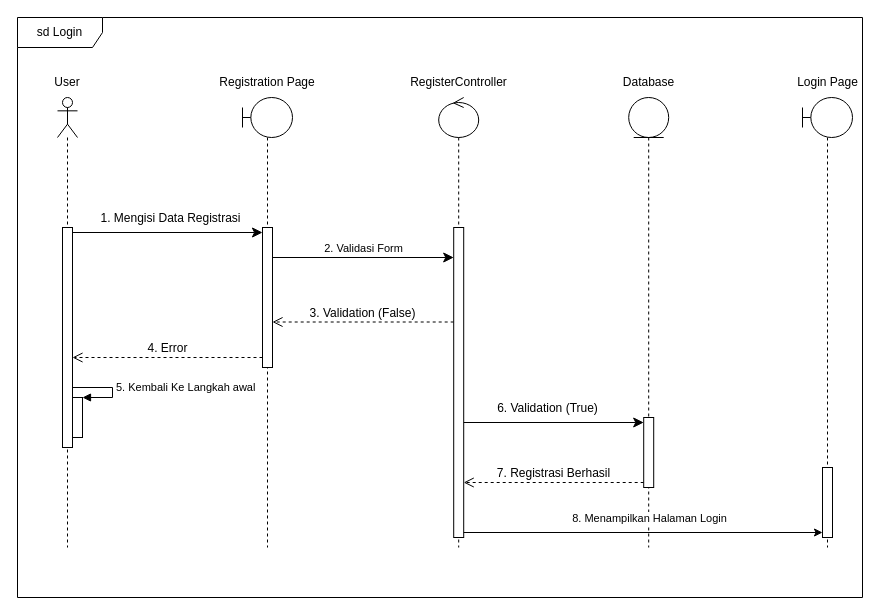
Earlier version of the draw.io diagram page "Page-2" (2 of 2) of sed.drawio (AldoGunawan/kp-tapung). Source tidied: cells renumbered, new cells numbered last; positions are measured from the earlier drawing's top-left corner, leaving out a move shared by most shapes. Both pictures are drawn from the tidied source at 100%, with x=0, y=0 at pixel (17, 17).
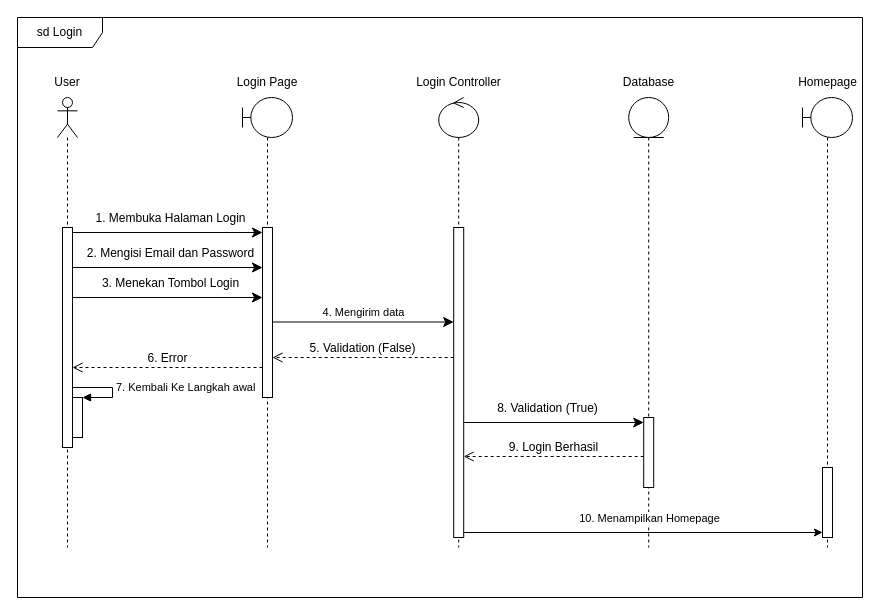
The same page after the edit.

Unchanged cells that the change refers to:
```xml
<mxCell id="4" style="edgeStyle=none;curved=0;rounded=0;jettySize=auto;html=1;exitX=1;exitY=0;exitDx=0;exitDy=5;exitPerimeter=0;fontSize=12;startSize=8;endSize=8;" parent="1" edge="1" source="6" target="8">
  <mxGeometry relative="1" as="geometry" />
</mxCell>
<mxCell id="7" style="shape=umlLifeline;perimeter=lifelinePerimeter;whiteSpace=wrap;html=1;newEdgeStyle={&quot;curved&quot;:0,&quot;rounded&quot;:0};participant=umlBoundary;" parent="1" vertex="1">
  <mxGeometry x="225" y="80" width="50" height="450" as="geometry" />
</mxCell>
<mxCell id="14" style="edgeStyle=none;curved=0;rounded=0;jettySize=auto;html=1;fontSize=12;startSize=8;endSize=8;entryX=0;entryY=0;entryDx=0;entryDy=5;entryPerimeter=0;" parent="1" edge="1" source="20" target="23">
  <mxGeometry relative="1" as="geometry" />
</mxCell>
<mxCell id="21" style="html=1;points=[[0,0,0,0,5],[0,1,0,0,-5],[1,0,0,0,5],[1,1,0,0,-5]];perimeter=orthogonalPerimeter;outlineConnect=0;targetShapes=umlLifeline;portConstraint=eastwest;newEdgeStyle={&quot;curved&quot;:0,&quot;rounded&quot;:0};" parent="20" vertex="1">
  <mxGeometry x="15" y="130" width="10" height="310" as="geometry" />
</mxCell>
<mxCell id="23" style="html=1;points=[[0,0,0,0,5],[0,1,0,0,-5],[1,0,0,0,5],[1,1,0,0,-5]];perimeter=orthogonalPerimeter;outlineConnect=0;targetShapes=umlLifeline;portConstraint=eastwest;newEdgeStyle={&quot;curved&quot;:0,&quot;rounded&quot;:0};" parent="22" vertex="1">
  <mxGeometry x="15" y="320" width="10" height="70" as="geometry" />
</mxCell>
<mxCell id="28" style="edgeStyle=orthogonalEdgeStyle;rounded=0;jettySize=auto;html=1;curved=0;exitX=1;exitY=1;exitDx=0;exitDy=-5;exitPerimeter=0;entryX=0;entryY=1;entryDx=0;entryDy=-5;entryPerimeter=0;" parent="1" edge="1" source="21" target="26">
  <mxGeometry relative="1" as="geometry" />
</mxCell>
```

The edit, as a diff of the source:
```diff
@@
-    <mxCell id="5" value="1. Mengisi Data Registrasi" style="edgeLabel;html=1;align=center;verticalAlign=middle;fontSize=12;" parent="4" vertex="1">
+    <mxCell id="5" value="1. Membuka Halaman Login" style="edgeLabel;html=1;align=center;verticalAlign=middle;fontSize=12;" parent="4" vertex="1">
       <mxGeometry x="0.02" y="-2" relative="1" as="geometry">
         <mxPoint y="-17" as="offset" />
       </mxGeometry>
     </mxCell>
@@
     <mxCell id="8" style="html=1;points=[[0,0,0,0,5],[0,1,0,0,-5],[1,0,0,0,5],[1,1,0,0,-5]];perimeter=orthogonalPerimeter;outlineConnect=0;targetShapes=umlLifeline;portConstraint=eastwest;newEdgeStyle={&quot;curved&quot;:0,&quot;rounded&quot;:0};" parent="7" vertex="1">
-      <mxGeometry x="20" y="130" width="10" height="140" as="geometry" />
+      <mxGeometry x="20" y="130" width="10" height="170" as="geometry" />
     </mxCell>
-    <mxCell id="9" value="Registration Page" style="text;html=1;align=center;verticalAlign=middle;whiteSpace=wrap;rounded=0;" parent="1" vertex="1">
+    <mxCell id="9" value="Login Page" style="text;html=1;align=center;verticalAlign=middle;whiteSpace=wrap;rounded=0;" parent="1" vertex="1">
       <mxGeometry x="201.2" y="50" width="97.5" height="30" as="geometry" />
     </mxCell>
-    <mxCell id="10" value="RegisterController" style="text;html=1;align=center;verticalAlign=middle;whiteSpace=wrap;rounded=0;" parent="1" vertex="1">
+    <mxCell id="10" value="Login&amp;nbsp;Controller" style="text;html=1;align=center;verticalAlign=middle;whiteSpace=wrap;rounded=0;" parent="1" vertex="1">
       <mxGeometry x="395" y="50" width="92.5" height="30" as="geometry" />
     </mxCell>
-    <mxCell id="11" style="edgeStyle=none;curved=0;rounded=0;jettySize=auto;html=1;fontSize=12;startSize=8;endSize=8;" parent="1" edge="1" target="21">
+    <mxCell id="11" style="edgeStyle=none;curved=0;rounded=0;orthogonalLoop=1;jettySize=auto;html=1;fontSize=12;startSize=8;endSize=8;" parent="1" edge="1">
       <mxGeometry relative="1" as="geometry">
-        <mxPoint x="255" y="240" as="sourcePoint" />
+        <mxPoint x="255" y="304.5" as="sourcePoint" />
+        <mxPoint x="436.2" y="304.5" as="targetPoint" />
       </mxGeometry>
     </mxCell>
-    <mxCell id="12" value="2. Validasi Form" style="edgeLabel;html=1;align=center;verticalAlign=middle;" parent="11" vertex="1">
+    <mxCell id="12" value="4. Mengirim data" style="edgeLabel;html=1;align=center;verticalAlign=middle;" parent="11" vertex="1">
       <mxGeometry x="-0.08" y="1" relative="1" as="geometry">
         <mxPoint x="7" y="-9" as="offset" />
       </mxGeometry>
     </mxCell>
-    <mxCell id="13" value="3. Validation (False)" style="html=1;verticalAlign=bottom;endArrow=open;dashed=1;endSize=8;curved=0;rounded=0;fontSize=12;" parent="1" edge="1">
+    <mxCell id="13" value="5. Validation (False)" style="html=1;verticalAlign=bottom;endArrow=open;dashed=1;endSize=8;curved=0;rounded=0;fontSize=12;" parent="1" edge="1">
       <mxGeometry relative="1" as="geometry">
-        <mxPoint x="436.2" y="304.5" as="sourcePoint" />
-        <mxPoint x="255" y="304.5" as="targetPoint" />
+        <mxPoint x="436.2" y="340" as="sourcePoint" />
+        <mxPoint x="255" y="340" as="targetPoint" />
       </mxGeometry>
     </mxCell>
@@
-    <mxCell id="15" value="6. Validation (True)" style="edgeLabel;html=1;align=center;verticalAlign=middle;fontSize=12;" parent="14" vertex="1">
+    <mxCell id="15" value="8. Validation (True)" style="edgeLabel;html=1;align=center;verticalAlign=middle;fontSize=12;" parent="14" vertex="1">
       <mxGeometry x="-0.1" y="-1" relative="1" as="geometry">
         <mxPoint x="6" y="-16" as="offset" />
       </mxGeometry>
     </mxCell>
-    <mxCell id="16" value="7. Registrasi Berhasil" style="html=1;verticalAlign=bottom;endArrow=open;dashed=1;endSize=8;curved=0;rounded=0;fontSize=12;exitX=0;exitY=1;exitDx=0;exitDy=-5;exitPerimeter=0;" parent="1" edge="1" source="23" target="21">
-      <mxGeometry relative="1" as="geometry" />
+    <mxCell id="16" value="9. Login Berhasil" style="html=1;verticalAlign=bottom;endArrow=open;dashed=1;endSize=8;curved=0;rounded=0;fontSize=12;exitX=0;exitY=1;exitDx=0;exitDy=-5;exitPerimeter=0;" parent="1" edge="1">
+      <mxGeometry relative="1" as="geometry">
+        <mxPoint x="626.2" y="439" as="sourcePoint" />
+        <mxPoint x="446.2" y="439" as="targetPoint" />
+      </mxGeometry>
     </mxCell>
-    <mxCell id="17" value="4. Error" style="html=1;verticalAlign=bottom;endArrow=open;dashed=1;endSize=8;curved=0;rounded=0;fontSize=12;" parent="1" edge="1">
+    <mxCell id="17" value="6. Error" style="html=1;verticalAlign=bottom;endArrow=open;dashed=1;endSize=8;curved=0;rounded=0;fontSize=12;" parent="1" edge="1">
       <mxGeometry relative="1" as="geometry">
-        <mxPoint x="245" y="340" as="sourcePoint" />
-        <mxPoint x="55" y="340" as="targetPoint" />
+        <mxPoint x="245" y="350" as="sourcePoint" />
+        <mxPoint x="55" y="350" as="targetPoint" />
       </mxGeometry>
     </mxCell>
@@
-    <mxCell id="19" value="5. Kembali Ke Langkah awal" style="html=1;align=left;spacingLeft=2;endArrow=block;rounded=0;edgeStyle=orthogonalEdgeStyle;curved=0;rounded=0;" parent="1" edge="1">
+    <mxCell id="19" value="7. Kembali Ke Langkah awal" style="html=1;align=left;spacingLeft=2;endArrow=block;rounded=0;edgeStyle=orthogonalEdgeStyle;curved=0;rounded=0;" parent="1" edge="1">
       <mxGeometry relative="1" as="geometry">
         <mxPoint x="55" y="370" as="sourcePoint" />
         <mxPoint x="65" y="380" as="targetPoint" />
         <Array as="points">
           <mxPoint x="95" y="370" />
           <mxPoint x="95" y="380" />
         </Array>
       </mxGeometry>
     </mxCell>
@@
-    <mxCell id="27" value="Login Page" style="text;html=1;align=center;verticalAlign=middle;whiteSpace=wrap;rounded=0;" parent="1" vertex="1">
+    <mxCell id="27" value="Homepage" style="text;html=1;align=center;verticalAlign=middle;whiteSpace=wrap;rounded=0;" parent="1" vertex="1">
       <mxGeometry x="763.8" y="50" width="92.5" height="30" as="geometry" />
     </mxCell>
@@
-    <mxCell id="29" value="8. Menampilkan Halaman Login" style="edgeLabel;html=1;align=center;verticalAlign=middle;" parent="28" vertex="1">
+    <mxCell id="29" value="10. Menampilkan Homepage" style="edgeLabel;html=1;align=center;verticalAlign=middle;" parent="28" vertex="1">
       <mxGeometry x="0.01" y="1" relative="1" as="geometry">
         <mxPoint x="4" y="-14" as="offset" />
       </mxGeometry>
     </mxCell>
@@
+    <mxCell id="31" style="edgeStyle=none;curved=0;rounded=0;orthogonalLoop=1;jettySize=auto;html=1;exitX=1;exitY=0;exitDx=0;exitDy=5;exitPerimeter=0;fontSize=12;startSize=8;endSize=8;" parent="1" edge="1">
+      <mxGeometry relative="1" as="geometry">
+        <mxPoint x="55" y="250" as="sourcePoint" />
+        <mxPoint x="245" y="250" as="targetPoint" />
+      </mxGeometry>
+    </mxCell>
+    <mxCell id="32" value="2. Mengisi Email dan Password" style="edgeLabel;html=1;align=center;verticalAlign=middle;fontSize=12;" parent="31" vertex="1">
+      <mxGeometry x="0.02" y="-2" relative="1" as="geometry">
+        <mxPoint y="-17" as="offset" />
+      </mxGeometry>
+    </mxCell>
+    <mxCell id="33" style="edgeStyle=none;curved=0;rounded=0;orthogonalLoop=1;jettySize=auto;html=1;exitX=1;exitY=0;exitDx=0;exitDy=5;exitPerimeter=0;fontSize=12;startSize=8;endSize=8;" parent="1" edge="1">
+      <mxGeometry relative="1" as="geometry">
+        <mxPoint x="55" y="280" as="sourcePoint" />
+        <mxPoint x="245" y="280" as="targetPoint" />
+      </mxGeometry>
+    </mxCell>
+    <mxCell id="34" value="3. Menekan Tombol Login" style="edgeLabel;html=1;align=center;verticalAlign=middle;fontSize=12;" parent="33" vertex="1">
+      <mxGeometry x="0.02" y="-2" relative="1" as="geometry">
+        <mxPoint y="-17" as="offset" />
+      </mxGeometry>
+    </mxCell>
```
